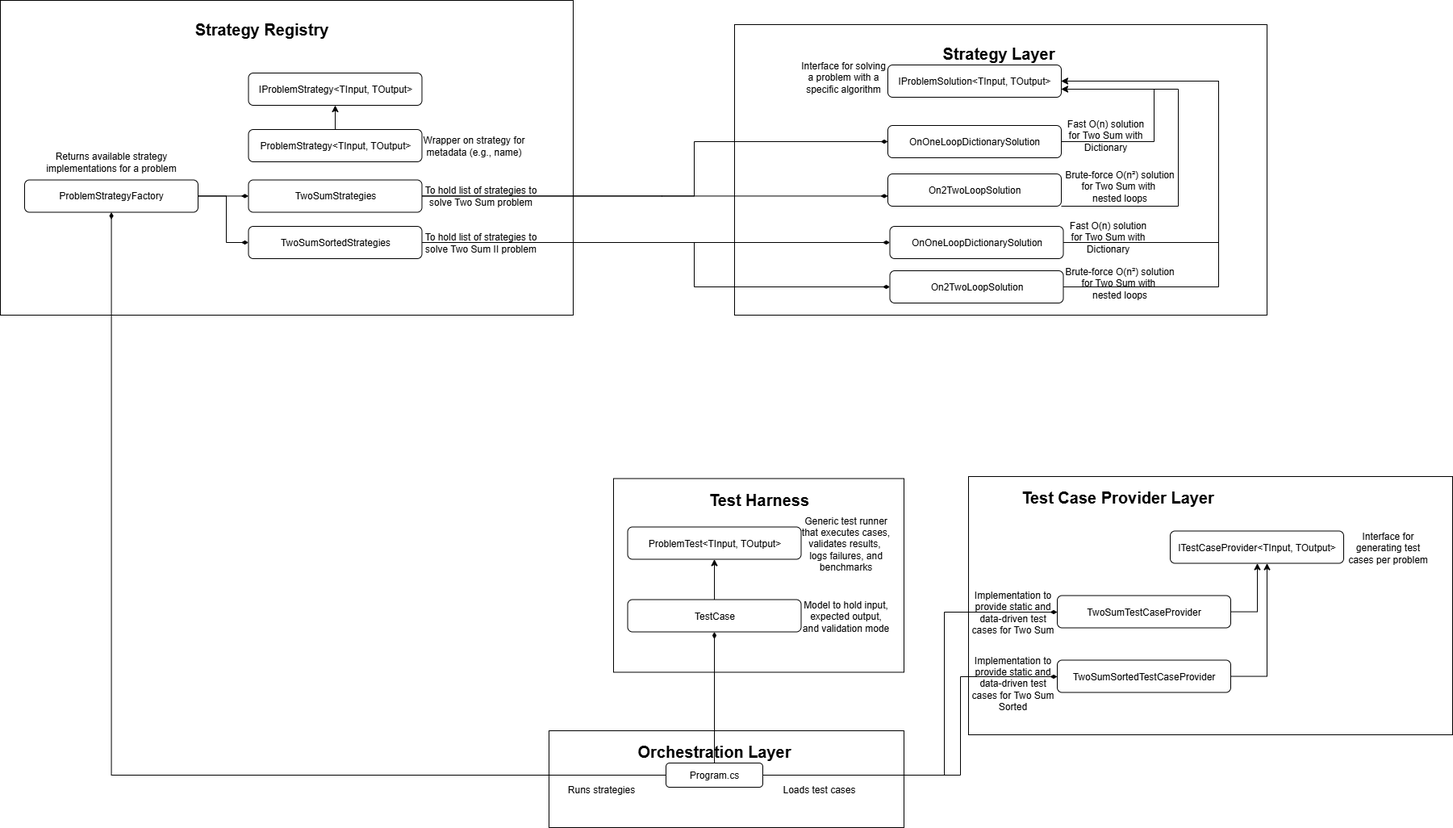
Before: Leetcode/Documentation/project-visualization-diagram.png, a diagram exported from draw.io (abhimanyu-builds/Leetcode). Source tidied: cells renumbered, new cells last; positions are measured from the earlier drawing's top-left corner, leaving out a move shared by most shapes.
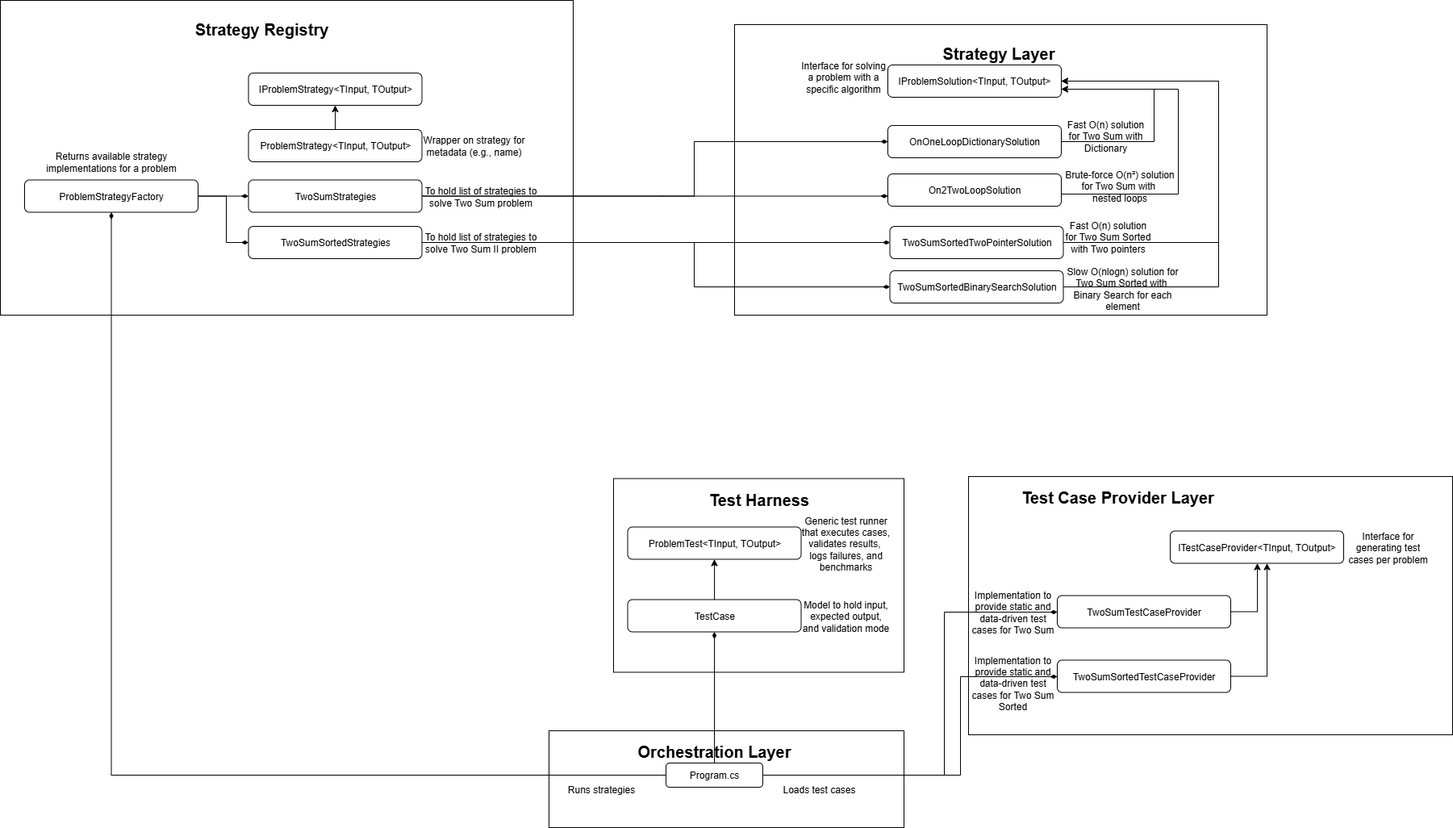
After the commit.

Commit message:
Update documentation for TwoSum II (Sorted)

The edit, as a diff of the source:
```diff
@@ -93,7 +93,7 @@
     <mxCell id="25" style="edgeStyle=orthogonalEdgeStyle;rounded=0;jettySize=auto;html=1;" parent="1" edge="1" source="26" target="20">
       <mxGeometry relative="1" as="geometry">
         <Array as="points">
-          <mxPoint x="1460" y="255" />
+          <mxPoint x="1460" y="240" />
           <mxPoint x="1460" y="110" />
         </Array>
       </mxGeometry>
@@ -195,10 +195,10 @@
         </Array>
       </mxGeometry>
     </mxCell>
-    <mxCell id="50" value="OnOneLoopDictionarySolution" style="rounded=1;whiteSpace=wrap;html=1;fillColor=none;" parent="1" vertex="1">
+    <mxCell id="50" value="TwoSumSortedTwoPointerSolution" style="rounded=1;whiteSpace=wrap;html=1;fillColor=none;" parent="1" vertex="1">
       <mxGeometry x="1102.5" y="280" width="215" height="40" as="geometry" />
     </mxCell>
-    <mxCell id="51" value="Fast O(n) solution for Two Sum with Dictionary" style="text;html=1;align=center;verticalAlign=middle;whiteSpace=wrap;rounded=0;" parent="1" vertex="1">
+    <mxCell id="51" value="Fast O(n) solution for Two Sum Sorted with Two pointers" style="text;html=1;align=center;verticalAlign=middle;whiteSpace=wrap;rounded=0;" parent="1" vertex="1">
       <mxGeometry x="1317.5" y="267.5" width="110" height="50" as="geometry" />
     </mxCell>
     <mxCell id="52" style="edgeStyle=orthogonalEdgeStyle;rounded=0;jettySize=auto;html=1;" parent="1" edge="1" source="53" target="20">
@@ -209,11 +209,11 @@
         </Array>
       </mxGeometry>
     </mxCell>
-    <mxCell id="53" value="On2TwoLoopSolution" style="rounded=1;whiteSpace=wrap;html=1;fillColor=none;" parent="1" vertex="1">
+    <mxCell id="53" value="TwoSumSortedBinarySearchSolution" style="rounded=1;whiteSpace=wrap;html=1;fillColor=none;" parent="1" vertex="1">
       <mxGeometry x="1102.5" y="335" width="215" height="40" as="geometry" />
     </mxCell>
-    <mxCell id="54" value="Brute-force O(n²) solution for Two Sum with&amp;nbsp;&lt;div&gt;nested loops&lt;/div&gt;" style="text;html=1;align=center;verticalAlign=middle;whiteSpace=wrap;rounded=0;" parent="1" vertex="1">
-      <mxGeometry x="1315" y="325" width="145" height="50" as="geometry" />
+    <mxCell id="54" value="Slow O(nlogn) solution for Two Sum Sorted with&amp;nbsp;&lt;div&gt;Binary Search for each element&lt;/div&gt;" style="text;html=1;align=center;verticalAlign=middle;whiteSpace=wrap;rounded=0;" parent="1" vertex="1">
+      <mxGeometry x="1311" y="332" width="160" height="50" as="geometry" />
     </mxCell>
     <mxCell id="55" style="edgeStyle=orthogonalEdgeStyle;rounded=0;jettySize=auto;html=1;endArrow=diamondThin;endFill=1;" parent="1" edge="1" source="57" target="50">
       <mxGeometry relative="1" as="geometry" />
```
